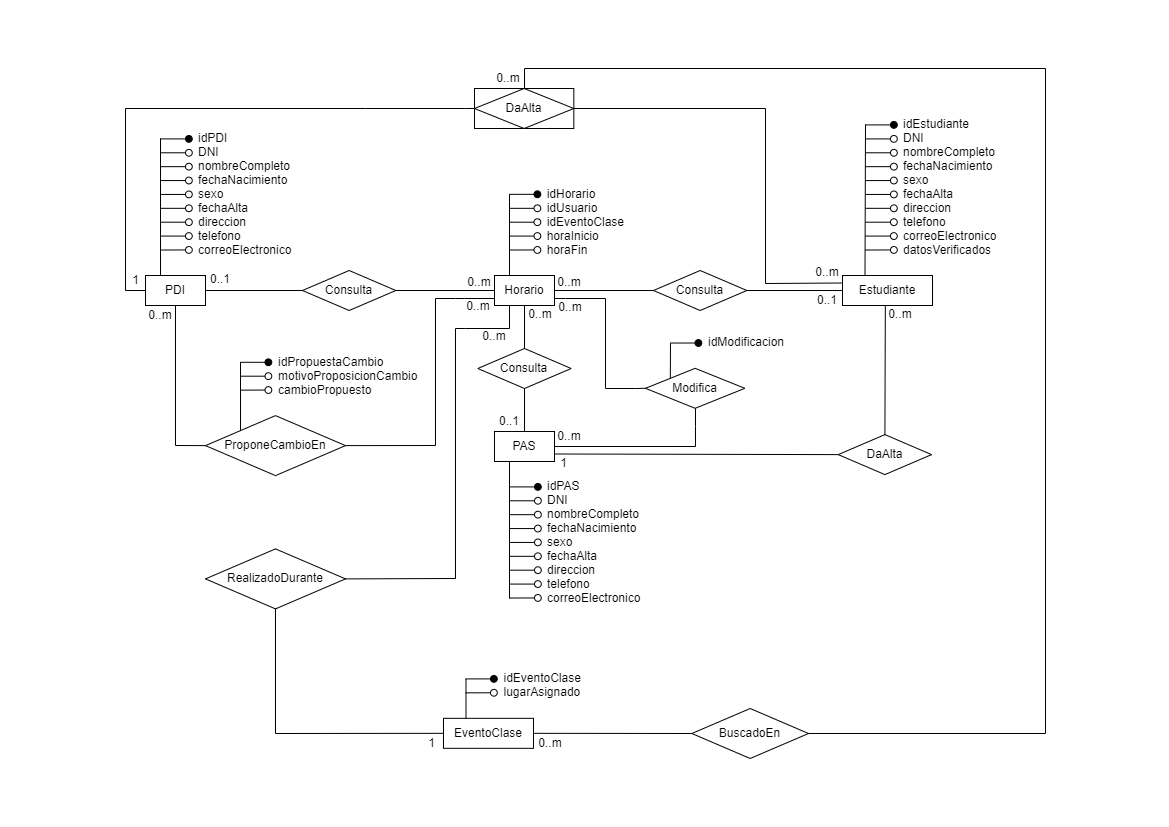
The draw.io diagram LAB1/ER_horarios.png in emg842/INRE-UAL-ROJO-2022, before a commit. Source tidied: cells renumbered, new cells last; positions are measured from the earlier drawing's top-left corner, leaving out a move shared by most shapes.
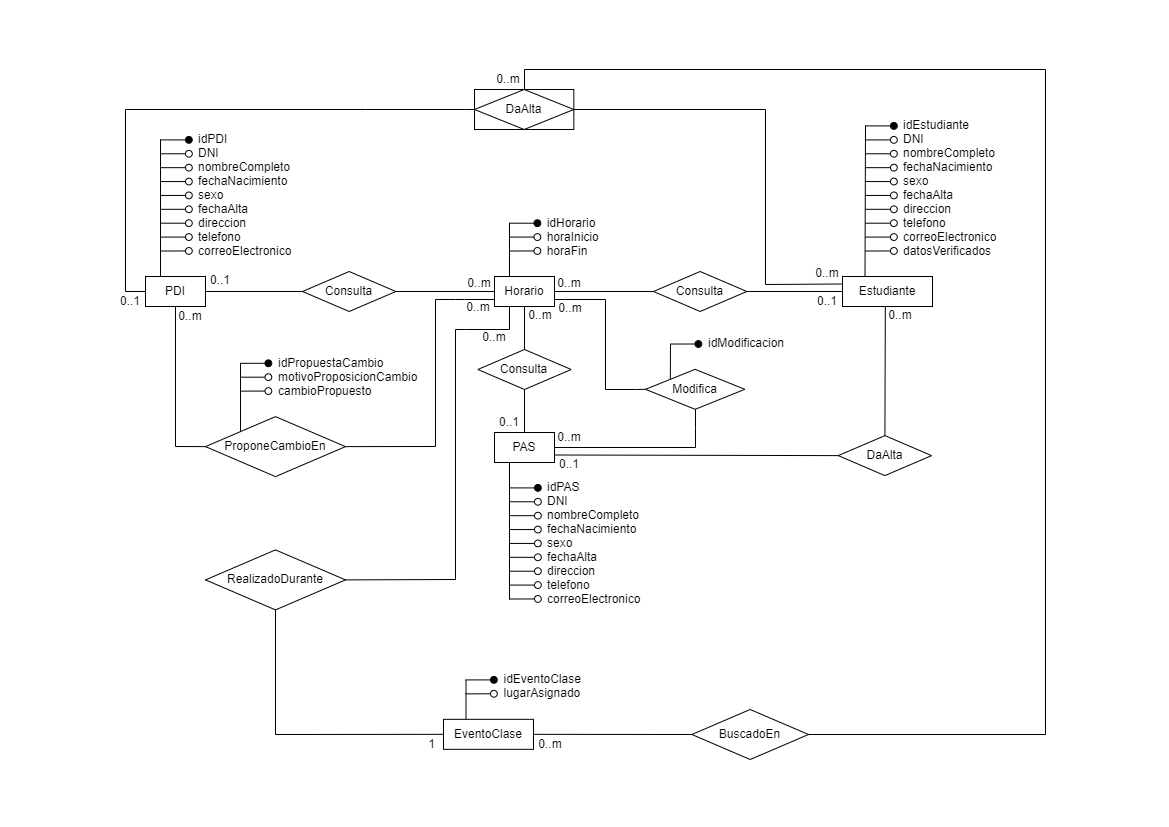
Above is the later version.

Diff of the diagram source:
```diff
@@ -355,28 +355,16 @@
     </mxCell>
     <mxCell id="92" style="endArrow=none;html=1;rounded=0;entryX=0.25;entryY=0;entryDx=0;entryDy=0;" parent="90" edge="1" target="91">
       <mxGeometry relative="1" as="geometry">
-        <mxPoint x="15" y="9.5" as="sourcePoint" />
+        <mxPoint x="15" y="37" as="sourcePoint" />
       </mxGeometry>
     </mxCell>
     <mxCell id="93" style="group;" parent="90" vertex="1">
       <mxGeometry x="14.5" width="120.5" height="71" as="geometry" />
     </mxCell>
-    <mxCell id="94" value="idHorario&#10;idUsuario&#10;idEventoClase&#10;horaInicio&#10;horaFin" style="text;strokeColor=none;fillColor=none;align=left;verticalAlign=middle;spacingLeft=4;spacingRight=4;overflow=hidden;" parent="93" vertex="1">
-      <mxGeometry x="32.2" width="88.3" height="71" as="geometry" />
+    <mxCell id="94" value="idHorario&#10;horaInicio&#10;horaFin" style="text;strokeColor=none;fillColor=none;align=left;verticalAlign=middle;spacingLeft=4;spacingRight=4;overflow=hidden;" parent="93" vertex="1">
+      <mxGeometry x="32.2" y="27" width="88.3" height="46" as="geometry" />
     </mxCell>
-    <mxCell id="95" style="ellipse;whiteSpace=wrap;html=1;fillColor=#000000;" parent="93" vertex="1">
-      <mxGeometry x="25" y="5.9" width="6.8" height="6.8" as="geometry" />
-    </mxCell>
-    <mxCell id="96" style="endArrow=none;html=1;rounded=0;entryX=0;entryY=0.5;entryDx=0;entryDy=0;" parent="93" edge="1">
-      <mxGeometry relative="1" as="geometry">
-        <mxPoint y="9.3" as="sourcePoint" />
-        <mxPoint x="25" y="9.3" as="targetPoint" />
-      </mxGeometry>
-    </mxCell>
-    <mxCell id="97" style="ellipse;whiteSpace=wrap;html=1;" parent="93" vertex="1">
-      <mxGeometry x="25" y="19.9" width="6.8" height="6.8" as="geometry" />
-    </mxCell>
-    <mxCell id="98" style="ellipse;whiteSpace=wrap;html=1;" parent="93" vertex="1">
+    <mxCell id="98" style="ellipse;whiteSpace=wrap;html=1;fillColor=#000000;" parent="93" vertex="1">
       <mxGeometry x="25" y="33.8" width="6.8" height="6.8" as="geometry" />
     </mxCell>
     <mxCell id="99" style="ellipse;whiteSpace=wrap;html=1;" parent="93" vertex="1">
@@ -402,12 +390,6 @@
         <mxPoint x="25" y="37.2" as="targetPoint" />
       </mxGeometry>
     </mxCell>
-    <mxCell id="104" style="endArrow=none;html=1;rounded=0;entryX=0;entryY=0.5;entryDx=0;entryDy=0;" parent="93" edge="1">
-      <mxGeometry relative="1" as="geometry">
-        <mxPoint y="23.3" as="sourcePoint" />
-        <mxPoint x="25" y="23.3" as="targetPoint" />
-      </mxGeometry>
-    </mxCell>
     <mxCell id="105" value="&lt;font style=&quot;font-size: 12px;&quot;&gt;0..m&lt;/font&gt;" style="text;html=1;strokeColor=none;fillColor=none;align=center;verticalAlign=middle;whiteSpace=wrap;rounded=0;fontSize=4;" parent="90" vertex="1">
       <mxGeometry x="60" y="87.5" width="30" height="20" as="geometry" />
     </mxCell>
@@ -524,9 +506,9 @@
     <mxCell id="133" value="&lt;font style=&quot;font-size: 12px;&quot;&gt;0..m&lt;/font&gt;" style="text;html=1;strokeColor=none;fillColor=none;align=center;verticalAlign=middle;whiteSpace=wrap;rounded=0;fontSize=4;" parent="110" vertex="1">
       <mxGeometry x="60" y="-5" width="30" height="20" as="geometry" />
     </mxCell>
-    <mxCell id="134" value="&lt;font style=&quot;font-size: 12px;&quot;&gt;1&lt;/font&gt;" style="text;html=1;strokeColor=none;fillColor=none;align=center;verticalAlign=middle;whiteSpace=wrap;rounded=0;fontSize=4;" parent="110" vertex="1">
-      <mxGeometry x="60" y="22" width="19" height="20" as="geometry" />
-    </mxCell>
+    <mxCell id="163" value="&lt;font style=&quot;font-size: 12px;&quot;&gt;0..1&lt;/font&gt;" style="text;html=1;strokeColor=none;fillColor=none;align=center;verticalAlign=middle;whiteSpace=wrap;rounded=0;fontSize=4;" parent="110" vertex="1">
+      <mxGeometry x="60" y="22" width="30" height="20" as="geometry" />
+    </mxCell>
     <mxCell id="135" style="endArrow=none;html=1;rounded=0;fontSize=4;startSize=6;endSize=6;sourcePerimeterSpacing=0;jumpSize=6;entryX=0.5;entryY=1;entryDx=0;entryDy=0;exitX=0.5;exitY=0;exitDx=0;exitDy=0;" parent="1" edge="1" source="111" target="3">
       <mxGeometry relative="1" as="geometry" />
     </mxCell>
@@ -633,11 +615,8 @@
       </mxGeometry>
     </mxCell>
     <mxCell id="151" value="&lt;font style=&quot;font-size: 12px;&quot;&gt;0..m&lt;/font&gt;" style="text;html=1;strokeColor=none;fillColor=none;align=center;verticalAlign=middle;whiteSpace=wrap;rounded=0;fontSize=4;" parent="1" vertex="1">
-      <mxGeometry x="20" y="237" width="30" height="20" as="geometry" />
+      <mxGeometry x="50" y="237" width="30" height="20" as="geometry" />
     </mxCell>
-    <mxCell id="152" value="&lt;font style=&quot;font-size: 12px;&quot;&gt;1&lt;/font&gt;" style="text;html=1;strokeColor=none;fillColor=none;align=center;verticalAlign=middle;whiteSpace=wrap;rounded=0;fontSize=4;" parent="1" vertex="1">
-      <mxGeometry x="1" y="202" width="19" height="20" as="geometry" />
-    </mxCell>
     <mxCell id="153" value="&lt;font style=&quot;font-size: 12px;&quot;&gt;0..m&lt;/font&gt;" style="text;html=1;strokeColor=none;fillColor=none;align=center;verticalAlign=middle;whiteSpace=wrap;rounded=0;fontSize=4;" parent="1" vertex="1">
       <mxGeometry x="354" y="258" width="30" height="20" as="geometry" />
     </mxCell>
@@ -668,5 +647,8 @@
     <mxCell id="162" value="&lt;font style=&quot;font-size: 12px;&quot;&gt;0..1&lt;/font&gt;" style="text;html=1;strokeColor=none;fillColor=none;align=center;verticalAlign=middle;whiteSpace=wrap;rounded=0;fontSize=4;" parent="1" vertex="1">
       <mxGeometry x="687" y="222" width="30" height="20" as="geometry" />
     </mxCell>
+    <mxCell id="164" value="&lt;font style=&quot;font-size: 12px;&quot;&gt;0..1&lt;/font&gt;" style="text;html=1;strokeColor=none;fillColor=none;align=center;verticalAlign=middle;whiteSpace=wrap;rounded=0;fontSize=4;" parent="1" vertex="1">
+      <mxGeometry x="-10" y="222" width="30" height="20" as="geometry" />
+    </mxCell>
   </root>
 </mxGraphModel>
```
